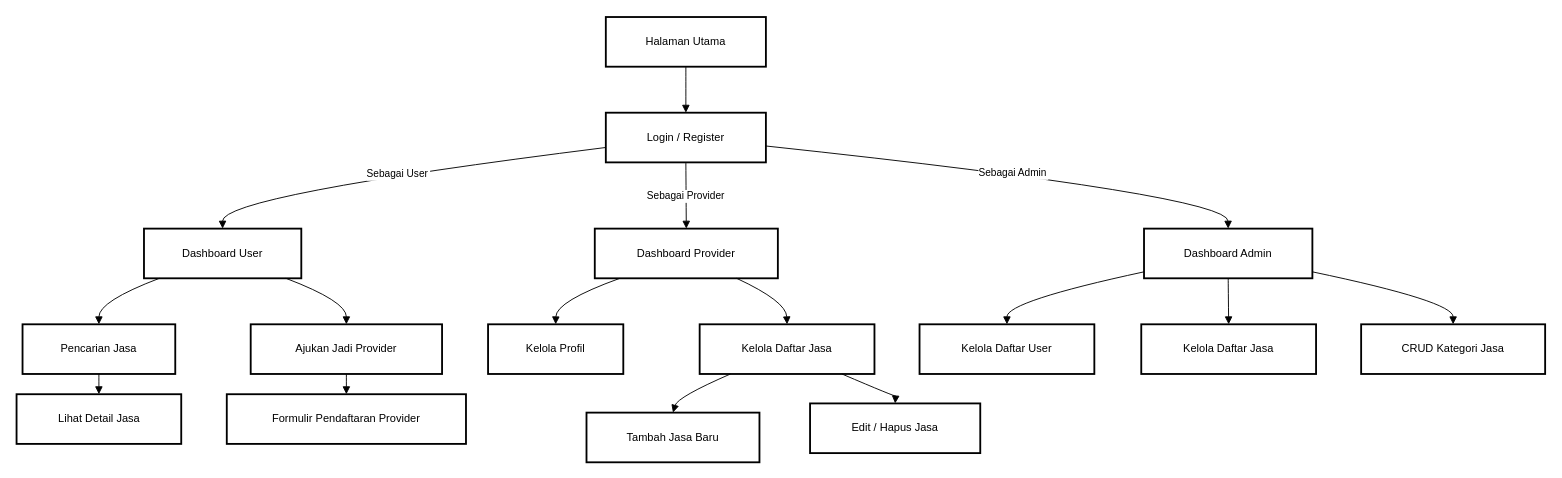
This is userflow-carijasa.drawio from humamafif/mydrawio, a draw.io file, before an edit. Source tidied: cells renumbered, new cells numbered last; positions are measured from the earlier drawing's top-left corner, leaving out a move shared by most shapes. Both pictures are drawn from the tidied source at 92%, with x=0, y=0 at pixel (16, 17).
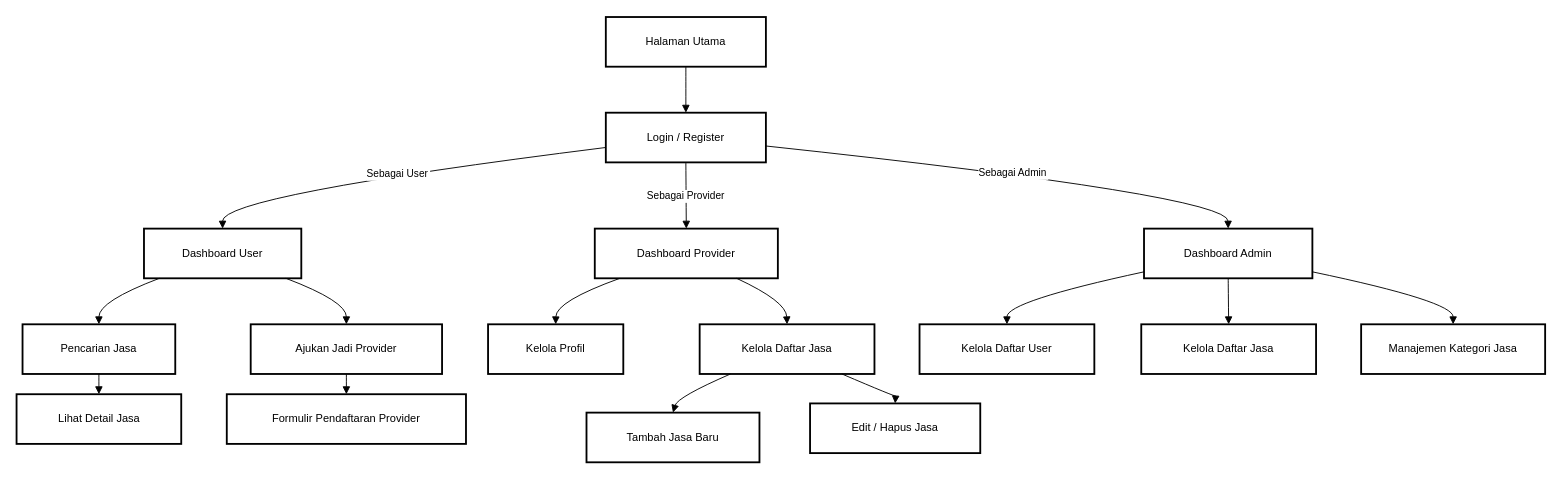
After the change.

Change to the diagram source:
```diff
@@
-    <mxCell id="17" value="CRUD Kategori Jasa" style="whiteSpace=wrap;strokeWidth=2;" parent="1" vertex="1">
+    <mxCell id="17" value="Manajemen Kategori Jasa" style="whiteSpace=wrap;strokeWidth=2;" parent="1" vertex="1">
       <mxGeometry x="1462" y="334" width="200" height="54" as="geometry" />
     </mxCell>
```
